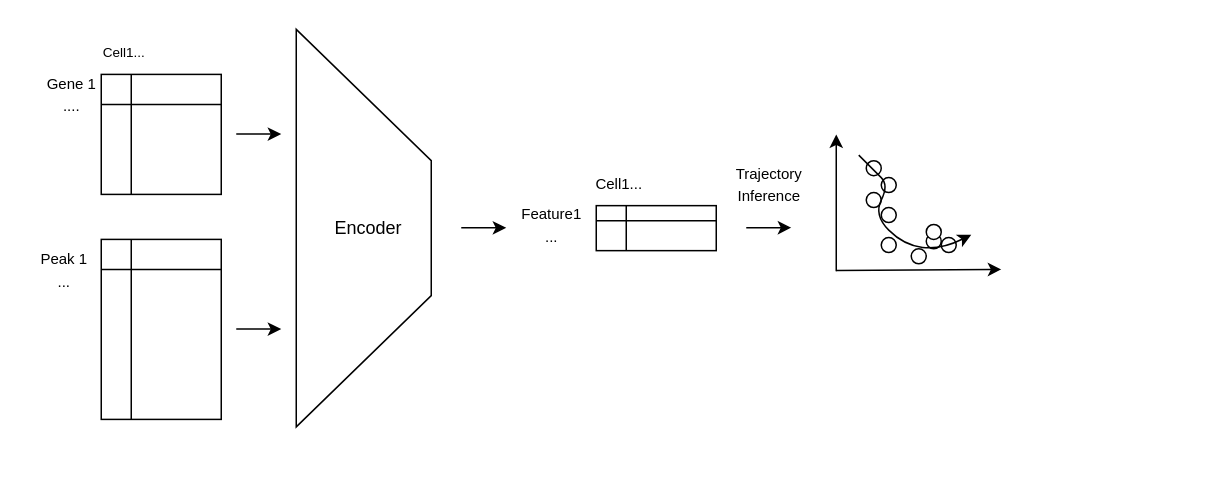
Above: architecture.drawio in GETUPATNINE/gpr (draw.io), before the change. Source tidied: cells renumbered, new cells numbered last; positions are measured from the earlier drawing's top-left corner, leaving out a move shared by most shapes. Both pictures are drawn from the tidied source at 150%, with x=0, y=0 at pixel (26, 28).
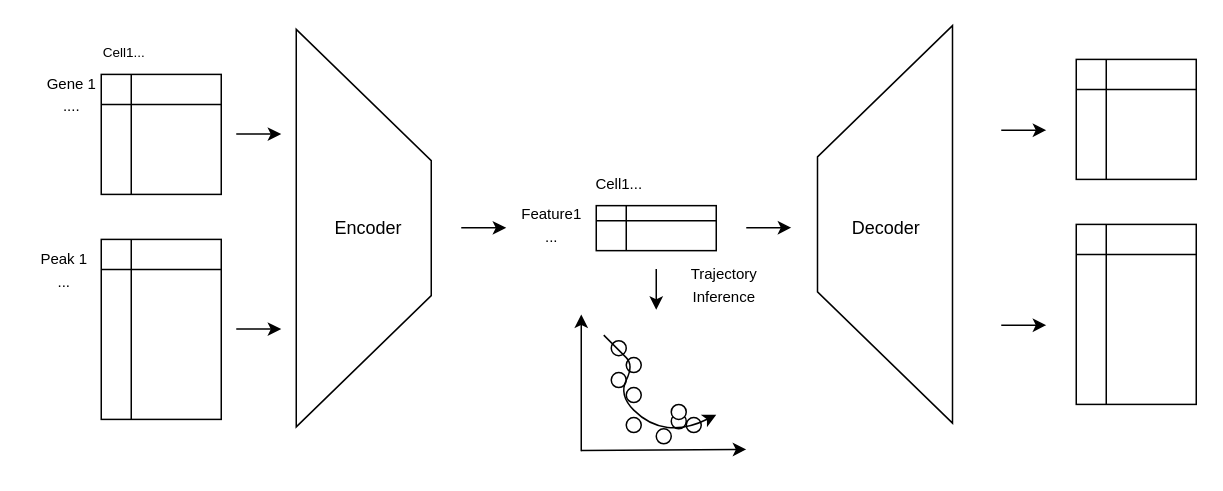
The same page after the edit.

Change to the diagram source:
```diff
@@
     <mxCell id="15" style="ellipse;whiteSpace=wrap;html=1;" parent="1" vertex="1">
-      <mxGeometry x="570" y="98.9" width="10" height="10" as="geometry" />
+      <mxGeometry x="400" y="218.9" width="10" height="10" as="geometry" />
     </mxCell>
     <mxCell id="16" style="ellipse;whiteSpace=wrap;html=1;" parent="1" vertex="1">
-      <mxGeometry x="560" y="108.9" width="10" height="10" as="geometry" />
+      <mxGeometry x="390" y="228.9" width="10" height="10" as="geometry" />
     </mxCell>
     <mxCell id="17" style="ellipse;whiteSpace=wrap;html=1;direction=south;" parent="1" vertex="1">
-      <mxGeometry x="570" y="118.9" width="10" height="10" as="geometry" />
+      <mxGeometry x="400" y="238.9" width="10" height="10" as="geometry" />
     </mxCell>
     <mxCell id="18" style="ellipse;whiteSpace=wrap;html=1;" parent="1" vertex="1">
-      <mxGeometry x="570" y="138.9" width="10" height="10" as="geometry" />
+      <mxGeometry x="400" y="258.9" width="10" height="10" as="geometry" />
     </mxCell>
     <mxCell id="19" style="ellipse;whiteSpace=wrap;html=1;" parent="1" vertex="1">
-      <mxGeometry x="590" y="146.4" width="10" height="10" as="geometry" />
+      <mxGeometry x="420" y="266.4" width="10" height="10" as="geometry" />
     </mxCell>
     <mxCell id="20" style="endArrow=classic;html=1;rounded=0;" parent="1" edge="1">
       <mxGeometry relative="1" as="geometry">
-        <mxPoint x="540" y="160.9" as="sourcePoint" />
-        <mxPoint x="650" y="160.1" as="targetPoint" />
+        <mxPoint x="370" y="280.9" as="sourcePoint" />
+        <mxPoint x="480" y="280.1" as="targetPoint" />
       </mxGeometry>
     </mxCell>
     <mxCell id="21" style="endArrow=classic;html=1;rounded=0;" parent="1" edge="1">
       <mxGeometry relative="1" as="geometry">
-        <mxPoint x="540" y="161.4" as="sourcePoint" />
-        <mxPoint x="540" y="70.1" as="targetPoint" />
+        <mxPoint x="370" y="281.4" as="sourcePoint" />
+        <mxPoint x="370" y="190.1" as="targetPoint" />
       </mxGeometry>
     </mxCell>
     <mxCell id="22" style="endArrow=classic;html=1;rounded=0;" parent="1" edge="1">
       <mxGeometry relative="1" as="geometry">
-        <mxPoint x="480" y="132.3" as="sourcePoint" />
-        <mxPoint x="510" y="132.3" as="targetPoint" />
+        <mxPoint x="420" y="159.8" as="sourcePoint" />
+        <mxPoint x="420" y="187" as="targetPoint" />
       </mxGeometry>
     </mxCell>
     <mxCell id="23" style="ellipse;whiteSpace=wrap;html=1;" parent="1" vertex="1">
-      <mxGeometry x="560" y="87.6" width="10" height="10" as="geometry" />
+      <mxGeometry x="390" y="207.6" width="10" height="10" as="geometry" />
     </mxCell>
     <mxCell id="24" style="ellipse;whiteSpace=wrap;html=1;" parent="1" vertex="1">
-      <mxGeometry x="600" y="136.4" width="10" height="10" as="geometry" />
+      <mxGeometry x="430" y="256.4" width="10" height="10" as="geometry" />
     </mxCell>
     <mxCell id="25" style="ellipse;whiteSpace=wrap;html=1;" parent="1" vertex="1">
-      <mxGeometry x="600" y="130.1" width="10" height="10" as="geometry" />
+      <mxGeometry x="430" y="250.1" width="10" height="10" as="geometry" />
     </mxCell>
     <mxCell id="26" style="ellipse;whiteSpace=wrap;html=1;" parent="1" vertex="1">
-      <mxGeometry x="610" y="138.9" width="10" height="10" as="geometry" />
+      <mxGeometry x="440" y="258.9" width="10" height="10" as="geometry" />
     </mxCell>
     <mxCell id="27" value="&lt;font style=&quot;font-size: 10px;&quot;&gt;Trajectory&lt;/font&gt;&lt;div&gt;&lt;font style=&quot;font-size: 10px;&quot;&gt;I&lt;/font&gt;&lt;span style=&quot;font-size: 10px; background-color: transparent; color: light-dark(rgb(0, 0, 0), rgb(255, 255, 255));&quot;&gt;nference&lt;/span&gt;&lt;/div&gt;" style="text;html=1;align=center;verticalAlign=middle;strokeColor=none;fillColor=none;" parent="1" vertex="1">
-      <mxGeometry x="460" y="82.6" width="70" height="40" as="geometry" />
+      <mxGeometry x="430" y="150.1" width="70" height="40" as="geometry" />
     </mxCell>
     <mxCell id="28" style="curved=1;endArrow=classic;html=1;rounded=0;" parent="1" edge="1">
       <mxGeometry relative="1" as="geometry">
-        <mxPoint x="555" y="83.9" as="sourcePoint" />
-        <mxPoint x="630" y="137" as="targetPoint" />
+        <mxPoint x="385" y="203.9" as="sourcePoint" />
+        <mxPoint x="460" y="257" as="targetPoint" />
         <Array as="points">
-          <mxPoint x="565" y="93.9" />
-          <mxPoint x="575" y="103.9" />
-          <mxPoint x="565" y="123.9" />
-          <mxPoint x="585" y="143.9" />
-          <mxPoint x="610" y="147" />
+          <mxPoint x="395" y="213.9" />
+          <mxPoint x="405" y="223.9" />
+          <mxPoint x="395" y="243.9" />
+          <mxPoint x="415" y="263.9" />
+          <mxPoint x="440" y="267" />
         </Array>
       </mxGeometry>
     </mxCell>
+    <mxCell id="29" style="shape=trapezoid;perimeter=trapezoidPerimeter;whiteSpace=wrap;html=1;fixedSize=1;rotation=-90;size=87.5;" parent="1" vertex="1">
+      <mxGeometry x="440" y="85.1" width="265" height="90" as="geometry" />
+    </mxCell>
+    <mxCell id="30" style="endArrow=classic;html=1;rounded=0;" parent="1" edge="1">
+      <mxGeometry relative="1" as="geometry">
+        <mxPoint x="480" y="132.3" as="sourcePoint" />
+        <mxPoint x="510" y="132.3" as="targetPoint" />
+      </mxGeometry>
+    </mxCell>
+    <mxCell id="31" value="Decoder" style="text;html=1;align=center;verticalAlign=middle;strokeColor=none;fillColor=none;" parent="1" vertex="1">
+      <mxGeometry x="537.5" y="117.6" width="70" height="30" as="geometry" />
+    </mxCell>
+    <mxCell id="32" style="shape=internalStorage;whiteSpace=wrap;html=1;backgroundOutline=1;" parent="1" vertex="1">
+      <mxGeometry x="700" y="20.1" width="80" height="80" as="geometry" />
+    </mxCell>
+    <mxCell id="33" style="shape=internalStorage;whiteSpace=wrap;html=1;backgroundOutline=1;" parent="1" vertex="1">
+      <mxGeometry x="700" y="130.1" width="80" height="120" as="geometry" />
+    </mxCell>
+    <mxCell id="34" style="endArrow=classic;html=1;rounded=0;" parent="1" edge="1">
+      <mxGeometry relative="1" as="geometry">
+        <mxPoint x="650" y="67.3" as="sourcePoint" />
+        <mxPoint x="680" y="67.3" as="targetPoint" />
+      </mxGeometry>
+    </mxCell>
+    <mxCell id="35" style="endArrow=classic;html=1;rounded=0;" parent="1" edge="1">
+      <mxGeometry relative="1" as="geometry">
+        <mxPoint x="650" y="197.3" as="sourcePoint" />
+        <mxPoint x="680" y="197.3" as="targetPoint" />
+      </mxGeometry>
+    </mxCell>
```
